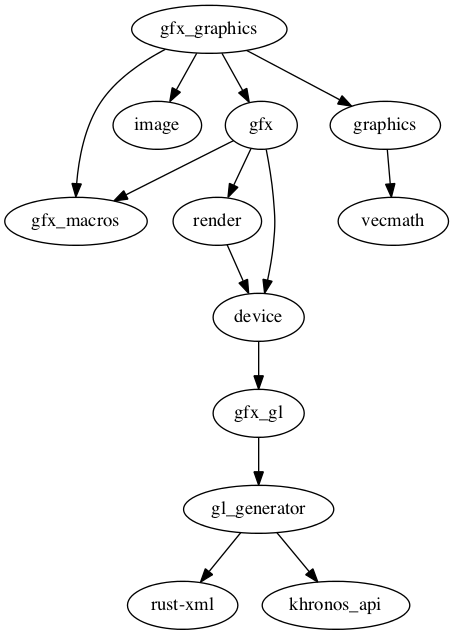
This is Cargo.png from PistonDevelopers/gfx_graphics, a Graphviz export, as it was before one commit. Its source is kept beside it as Cargo.dot.
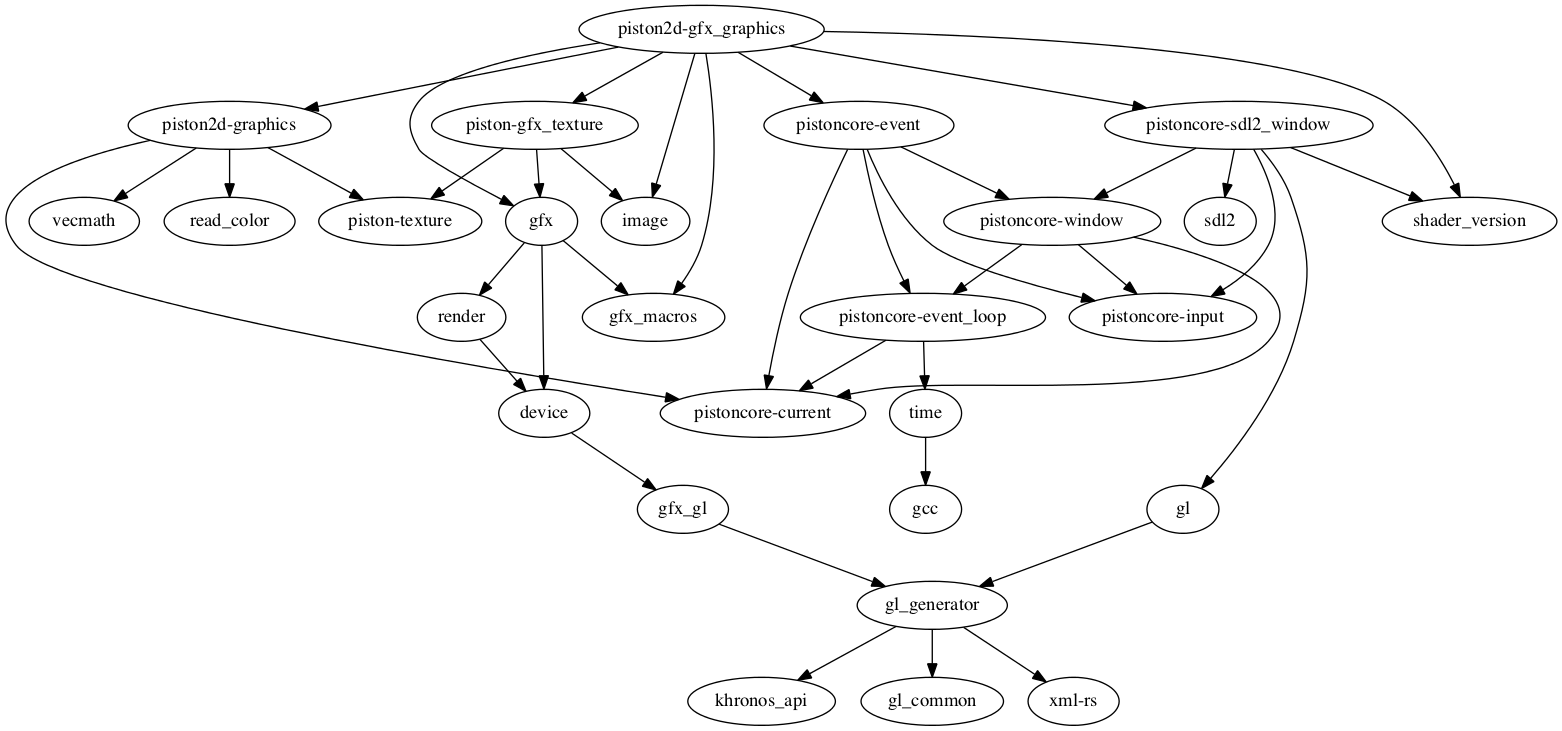
After the change.

Commit message:
Updated dependency graph

Diff of the diagram source:
```diff
@@ -1,27 +1,69 @@
-digraph example3 {
-    N0[label="gfx_graphics"];
-    N1[label="rust-xml"];
-    N2[label="gl_generator"];
-    N3[label="khronos_api"];
-    N4[label="gfx_macros"];
-    N5[label="render"];
-    N6[label="device"];
-    N7[label="image"];
-    N8[label="gfx"];
-    N9[label="graphics"];
-    N10[label="vecmath"];
-    N11[label="gfx_gl"];
-    N2 -> N3[label=""];
-    N2 -> N1[label=""];
-    N5 -> N6[label=""];
-    N0 -> N7[label=""];
-    N0 -> N8[label=""];
+digraph dependencies {
+    N0[label="piston2d-gfx_graphics"];
+    N1[label="pistoncore-event_loop"];
+    N2[label="time"];
+    N3[label="pistoncore-current"];
+    N4[label="gl_generator"];
+    N5[label="khronos_api"];
+    N6[label="gl_common"];
+    N7[label="xml-rs"];
+    N8[label="gcc"];
+    N9[label="pistoncore-sdl2_window"];
+    N10[label="sdl2"];
+    N11[label="pistoncore-window"];
+    N12[label="pistoncore-input"];
+    N13[label="gl"];
+    N14[label="shader_version"];
+    N15[label="vecmath"];
+    N16[label="piston2d-graphics"];
+    N17[label="read_color"];
+    N18[label="piston-texture"];
+    N19[label="gfx"];
+    N20[label="image"];
+    N21[label="piston-gfx_texture"];
+    N22[label="gfx_macros"];
+    N23[label="pistoncore-event"];
+    N24[label="device"];
+    N25[label="gfx_gl"];
+    N26[label="render"];
+    N1 -> N2[label=""];
+    N1 -> N3[label=""];
+    N4 -> N5[label=""];
+    N4 -> N6[label=""];
+    N4 -> N7[label=""];
+    N9 -> N10[label=""];
+    N9 -> N11[label=""];
+    N9 -> N12[label=""];
+    N9 -> N13[label=""];
+    N9 -> N14[label=""];
+    N16 -> N17[label=""];
+    N16 -> N15[label=""];
+    N16 -> N18[label=""];
+    N16 -> N3[label=""];
+    N0 -> N19[label=""];
     N0 -> N9[label=""];
-    N0 -> N4[label=""];
-    N8 -> N5[label=""];
-    N8 -> N4[label=""];
-    N8 -> N6[label=""];
-    N9 -> N10[label=""];
-    N11 -> N2[label=""];
-    N6 -> N11[label=""];
+    N0 -> N16[label=""];
+    N0 -> N20[label=""];
+    N0 -> N21[label=""];
+    N0 -> N22[label=""];
+    N0 -> N23[label=""];
+    N0 -> N14[label=""];
+    N24 -> N25[label=""];
+    N23 -> N3[label=""];
+    N23 -> N11[label=""];
+    N23 -> N12[label=""];
+    N23 -> N1[label=""];
+    N26 -> N24[label=""];
+    N2 -> N8[label=""];
+    N21 -> N19[label=""];
+    N21 -> N18[label=""];
+    N21 -> N20[label=""];
+    N19 -> N24[label=""];
+    N19 -> N22[label=""];
+    N19 -> N26[label=""];
+    N25 -> N4[label=""];
+    N11 -> N1[label=""];
+    N11 -> N3[label=""];
+    N11 -> N12[label=""];
+    N13 -> N4[label=""];
 }
```
